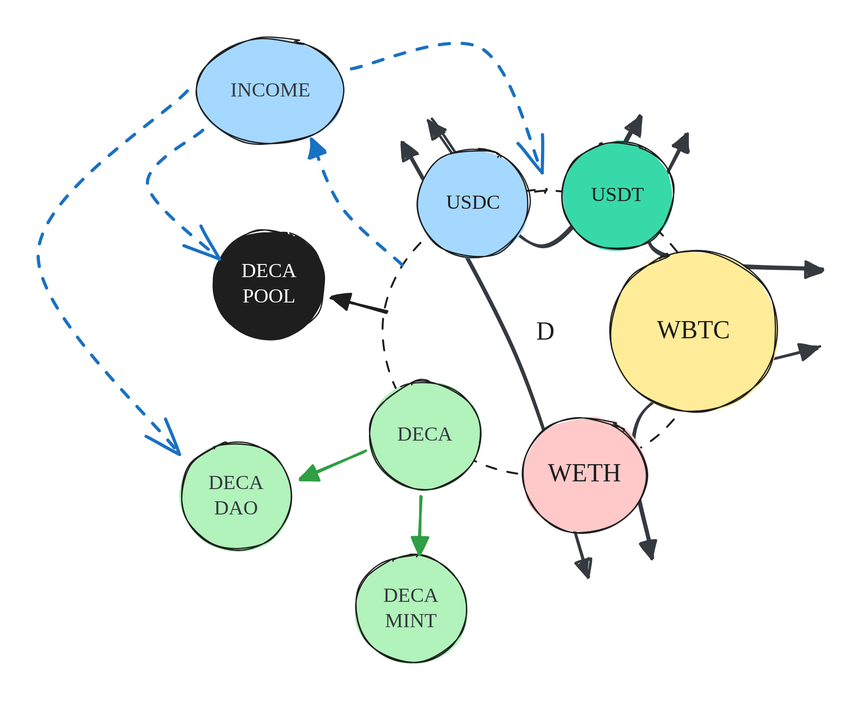
Earlier version of the Excalidraw export .gitbook/assets/file.excalidraw.svg (decaswap-labs/docs). Source tidied: one line per element, renumbered; positions are measured from the earlier drawing's top-left corner, leaving out a move shared by most shapes.
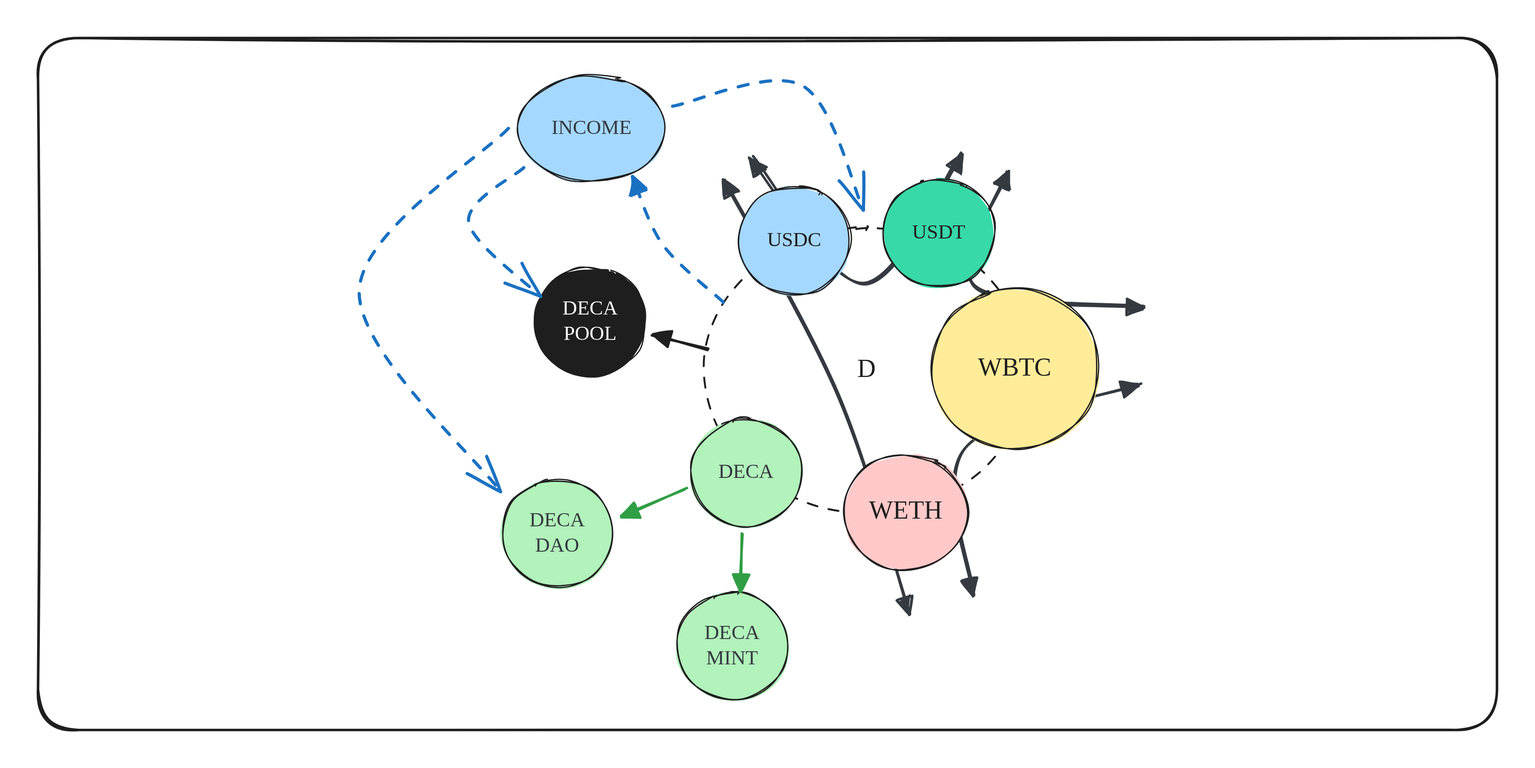
The same file after the commit.

The edit, as a diff of the source:
```diff
@@ -29,3 +29,4 @@
 {"id": 28, "type": "arrow", "strokeColor": "#2f9e44", "backgroundColor": "#a5d8ff", "fillStyle": "solid", "strokeWidth": 2, "roughness": 1, "endArrowhead": "triangle", "round": true, "from": 16, "to": 18, "x": 256, "y": 327, "width": 50, "height": 20, "points": [[0, 0], [-50, 20]]}
 {"id": 29, "type": "arrow", "strokeColor": "#1971c2", "angle": 3.11, "backgroundColor": "#b2f2bb", "fillStyle": "solid", "strokeWidth": 2, "strokeStyle": "dashed", "roughness": 1, "endArrowhead": "arrow", "round": true, "from": 22, "to": 18, "x": 0, "y": 330, "width": 122, "height": 287, "points": [[0, 0], [122, -124], [16, -287]]}
 {"id": 30, "type": "arrow", "strokeColor": "#1e1e1e", "backgroundColor": "#a5d8ff", "fillStyle": "solid", "strokeWidth": 2, "roughness": 1, "endArrowhead": "triangle", "round": true, "to": 14, "x": 274, "y": 216, "width": 44, "height": 11, "points": [[0, 0], [-44, -11]]}
+{"id": 31, "type": "rectangle", "strokeColor": "#1e1e1e", "strokeWidth": 2, "roughness": 1, "round": true, "x": -254, "y": -30, "width": 1151, "height": 546}
```
